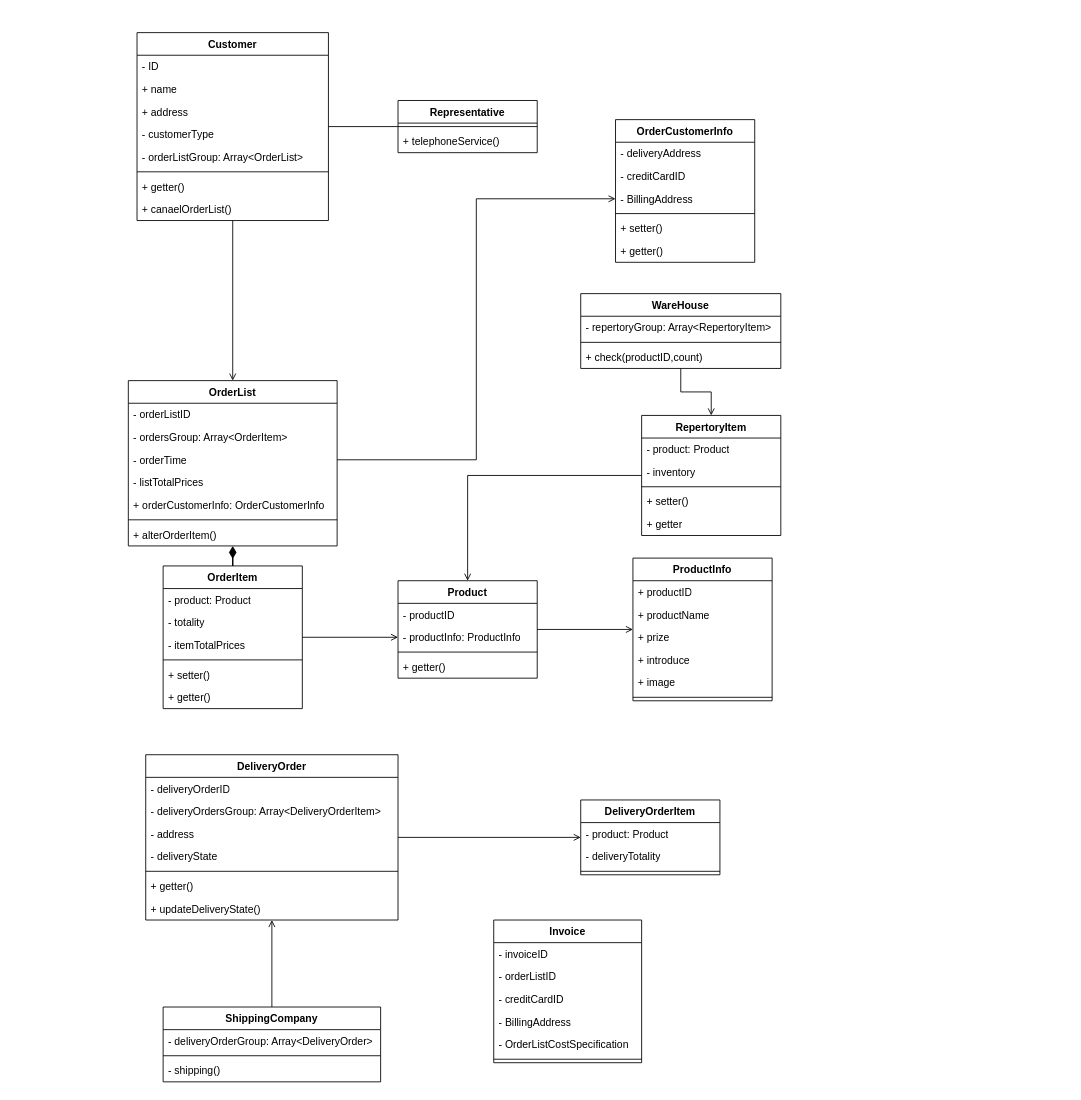
This is orders_Class.drawio from yayaer123/drawio_demo, a draw.io file, before an edit. Source tidied: cells renumbered, new cells numbered last; positions are measured from the earlier drawing's top-left corner, leaving out a move shared by most shapes. Both pictures are drawn from the tidied source at 87%, with x=0, y=0 at pixel (128, 32).
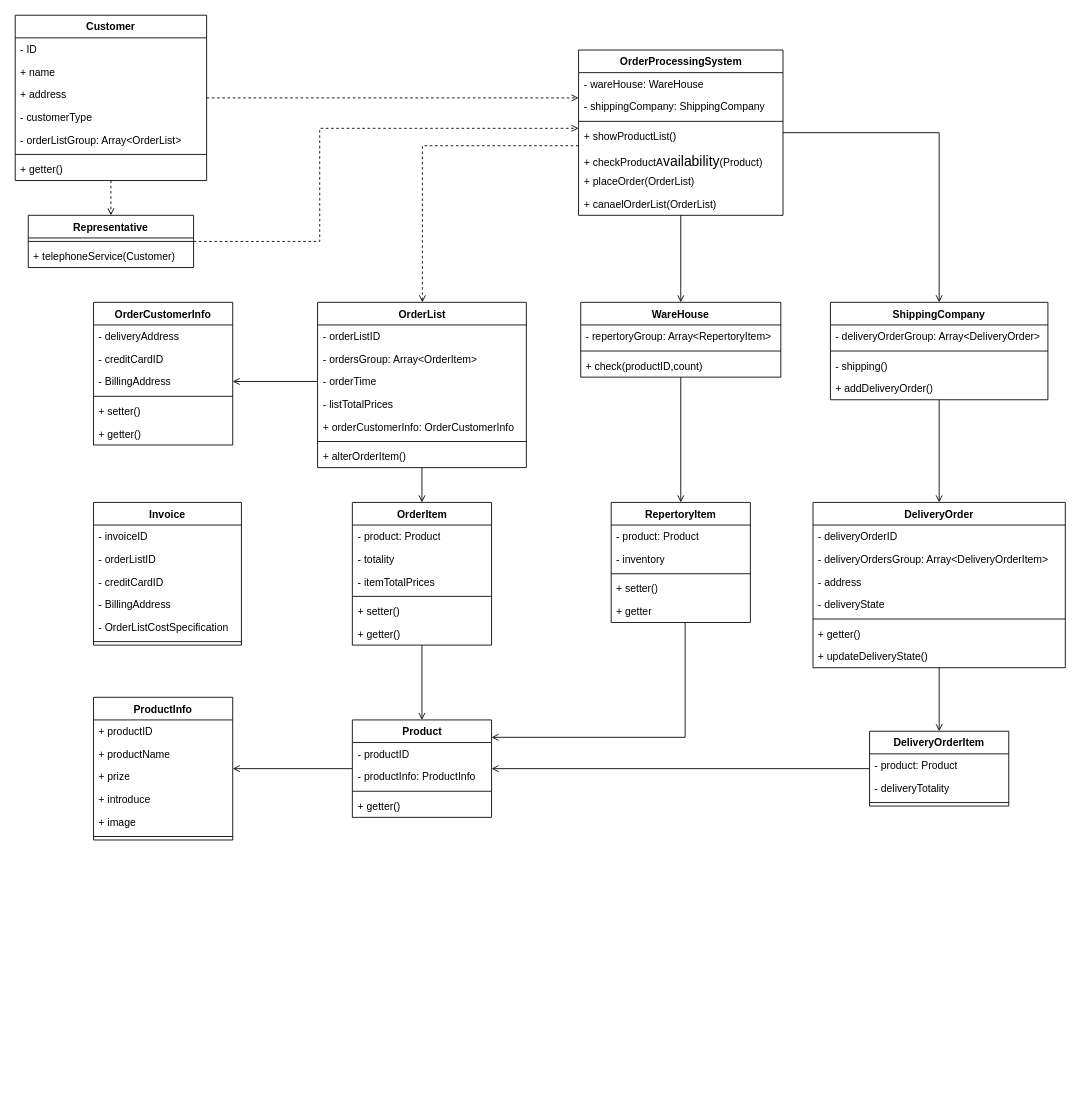
After the change.

The change refers to these unchanged cells:
```xml
<mxCell id="19" value="- productInfo: ProductInfo" style="text;strokeColor=none;fillColor=none;align=left;verticalAlign=top;spacingLeft=4;spacingRight=4;overflow=hidden;points=[[0,0.5],[1,0.5]];portConstraint=eastwest;whiteSpace=wrap;html=1;" parent="17" vertex="1">
  <mxGeometry y="52" width="160" height="26" as="geometry" />
</mxCell>
```

Diff of the diagram source:
```diff
@@
-    <mxCell id="2" style="edgeStyle=orthogonalEdgeStyle;rounded=0;jettySize=auto;html=1;endArrow=open;endFill=0;" parent="1" edge="1" source="4" target="30">
-      <mxGeometry relative="1" as="geometry" />
-    </mxCell>
-    <mxCell id="3" style="edgeStyle=orthogonalEdgeStyle;rounded=0;jettySize=auto;html=1;endArrow=none;endFill=0;" parent="1" edge="1" source="4" target="13">
+    <mxCell id="3" style="edgeStyle=orthogonalEdgeStyle;rounded=0;jettySize=auto;html=1;endArrow=open;endFill=0;dashed=1;" parent="1" edge="1" source="4" target="13">
       <mxGeometry relative="1" as="geometry" />
     </mxCell>
+    <mxCell id="91" style="edgeStyle=orthogonalEdgeStyle;rounded=0;jettySize=auto;html=1;dashed=1;endArrow=open;endFill=0;" parent="1" edge="1" source="4" target="99">
+      <mxGeometry relative="1" as="geometry">
+        <Array as="points">
+          <mxPoint x="320" y="75" />
+          <mxPoint x="320" y="75" />
+        </Array>
+      </mxGeometry>
+    </mxCell>
     <mxCell id="4" value="Customer" style="swimlane;fontStyle=1;align=center;verticalAlign=top;horizontal=1;startSize=26;whiteSpace=wrap;html=1;" parent="1" vertex="1">
-      <mxGeometry x="10" width="220" height="216" as="geometry" />
+      <mxGeometry x="-130" y="-20" width="220" height="190" as="geometry" />
     </mxCell>
@@
-    <mxCell id="12" value="+ canaelOrderList()" style="text;strokeColor=none;fillColor=none;align=left;verticalAlign=top;spacingLeft=4;spacingRight=4;overflow=hidden;whiteSpace=wrap;html=1;" parent="4" vertex="1">
-      <mxGeometry y="190" width="220" height="26" as="geometry" />
-    </mxCell>
+    <mxCell id="92" style="edgeStyle=orthogonalEdgeStyle;rounded=0;jettySize=auto;html=1;dashed=1;endArrow=open;endFill=0;" parent="1" edge="1" source="13" target="99">
+      <mxGeometry relative="1" as="geometry">
+        <Array as="points">
+          <mxPoint x="220" y="240" />
+          <mxPoint x="220" y="110" />
+        </Array>
+      </mxGeometry>
+    </mxCell>
     <mxCell id="13" value="Representative" style="swimlane;fontStyle=1;align=center;verticalAlign=top;horizontal=1;startSize=26;whiteSpace=wrap;html=1;" parent="1" vertex="1">
-      <mxGeometry x="310" y="78" width="160" height="60" as="geometry" />
+      <mxGeometry x="-115" y="210" width="190" height="60" as="geometry" />
     </mxCell>
     <mxCell id="14" style="line;strokeWidth=1;fillColor=none;align=left;verticalAlign=middle;spacingTop=-1;spacingLeft=3;spacingRight=3;labelPosition=right;strokeColor=inherit;" parent="13" vertex="1">
-      <mxGeometry y="26" width="160" height="8" as="geometry" />
+      <mxGeometry y="26" width="190" height="8" as="geometry" />
     </mxCell>
-    <mxCell id="15" value="+ telephoneService()" style="text;strokeColor=none;fillColor=none;align=left;verticalAlign=top;spacingLeft=4;spacingRight=4;overflow=hidden;whiteSpace=wrap;html=1;" parent="13" vertex="1">
-      <mxGeometry y="34" width="160" height="26" as="geometry" />
+    <mxCell id="15" value="+ telephoneService(Customer)" style="text;strokeColor=none;fillColor=none;align=left;verticalAlign=top;spacingLeft=4;spacingRight=4;overflow=hidden;whiteSpace=wrap;html=1;" parent="13" vertex="1">
+      <mxGeometry y="34" width="190" height="26" as="geometry" />
     </mxCell>
@@
     <mxCell id="17" value="Product" style="swimlane;fontStyle=1;align=center;verticalAlign=top;horizontal=1;startSize=26;whiteSpace=wrap;html=1;" parent="1" vertex="1">
-      <mxGeometry x="310" y="630" width="160" height="112" as="geometry" />
+      <mxGeometry x="257.5" y="790" width="160" height="112" as="geometry" />
     </mxCell>
@@
     <mxCell id="22" value="&lt;div style=&quot;text-align: left;&quot;&gt;&lt;span style=&quot;background-color: initial;&quot;&gt;ProductInfo&lt;/span&gt;&lt;/div&gt;" style="swimlane;fontStyle=1;align=center;verticalAlign=top;horizontal=1;startSize=26;whiteSpace=wrap;html=1;" parent="1" vertex="1">
-      <mxGeometry x="580" y="604" width="160" height="164" as="geometry" />
+      <mxGeometry x="-40" y="764" width="160" height="164" as="geometry" />
     </mxCell>
@@
-    <mxCell id="29" style="edgeStyle=orthogonalEdgeStyle;rounded=0;jettySize=auto;html=1;entryX=0.5;entryY=0;entryDx=0;entryDy=0;endArrow=none;endFill=0;startArrow=diamondThin;startFill=1;targetPerimeterSpacing=0;sourcePerimeterSpacing=0;endSize=6;startSize=12;" parent="1" edge="1" source="30" target="39">
+    <mxCell id="29" style="edgeStyle=orthogonalEdgeStyle;rounded=0;jettySize=auto;html=1;entryX=0.5;entryY=0;entryDx=0;entryDy=0;endArrow=open;endFill=0;startArrow=none;startFill=0;targetPerimeterSpacing=0;sourcePerimeterSpacing=0;endSize=6;startSize=12;" parent="1" edge="1" source="30" target="39">
       <mxGeometry relative="1" as="geometry" />
     </mxCell>
     <mxCell id="30" value="OrderList" style="swimlane;fontStyle=1;align=center;verticalAlign=top;horizontal=1;startSize=26;whiteSpace=wrap;html=1;" parent="1" vertex="1">
-      <mxGeometry y="400" width="240" height="190" as="geometry" />
+      <mxGeometry x="217.5" y="310" width="240" height="190" as="geometry" />
     </mxCell>
@@
-    <mxCell id="38" style="edgeStyle=orthogonalEdgeStyle;rounded=0;jettySize=auto;html=1;endArrow=open;endFill=0;" parent="1" edge="1" source="39" target="19">
-      <mxGeometry relative="1" as="geometry" />
-    </mxCell>
+    <mxCell id="93" style="edgeStyle=orthogonalEdgeStyle;rounded=0;jettySize=auto;html=1;endArrow=open;endFill=0;" parent="1" edge="1" source="39" target="17">
+      <mxGeometry relative="1" as="geometry" />
+    </mxCell>
     <mxCell id="39" value="OrderItem" style="swimlane;fontStyle=1;align=center;verticalAlign=top;horizontal=1;startSize=26;whiteSpace=wrap;html=1;" parent="1" vertex="1">
-      <mxGeometry x="40" y="613" width="160" height="164" as="geometry" />
+      <mxGeometry x="257.5" y="540" width="160" height="164" as="geometry" />
     </mxCell>
@@
     <mxCell id="46" value="&lt;span style=&quot;text-align: left;&quot;&gt;OrderCustomerInfo&lt;/span&gt;" style="swimlane;fontStyle=1;align=center;verticalAlign=top;horizontal=1;startSize=26;whiteSpace=wrap;html=1;" parent="1" vertex="1">
-      <mxGeometry x="560" y="100" width="160" height="164" as="geometry" />
+      <mxGeometry x="-40" y="310" width="160" height="164" as="geometry" />
     </mxCell>
@@
     <mxCell id="55" value="WareHouse" style="swimlane;fontStyle=1;align=center;verticalAlign=top;horizontal=1;startSize=26;whiteSpace=wrap;html=1;" parent="1" vertex="1">
-      <mxGeometry x="520" y="300" width="230" height="86" as="geometry" />
+      <mxGeometry x="520" y="310" width="230" height="86" as="geometry" />
     </mxCell>
@@
     <mxCell id="59" style="edgeStyle=orthogonalEdgeStyle;rounded=0;jettySize=auto;html=1;endArrow=open;endFill=0;" parent="1" edge="1" source="60" target="17">
-      <mxGeometry relative="1" as="geometry" />
+      <mxGeometry relative="1" as="geometry">
+        <Array as="points">
+          <mxPoint x="640" y="810" />
+        </Array>
+      </mxGeometry>
     </mxCell>
     <mxCell id="60" value="RepertoryItem" style="swimlane;fontStyle=1;align=center;verticalAlign=top;horizontal=1;startSize=26;whiteSpace=wrap;html=1;" parent="1" vertex="1">
-      <mxGeometry x="590" y="440" width="160" height="138" as="geometry" />
+      <mxGeometry x="555" y="540" width="160" height="138" as="geometry" />
     </mxCell>
@@
     <mxCell id="67" value="DeliveryOrder" style="swimlane;fontStyle=1;align=center;verticalAlign=top;horizontal=1;startSize=26;whiteSpace=wrap;html=1;" parent="1" vertex="1">
-      <mxGeometry x="20" y="830" width="290" height="190" as="geometry" />
+      <mxGeometry x="787" y="540" width="290" height="190" as="geometry" />
     </mxCell>
@@
+    <mxCell id="94" style="edgeStyle=orthogonalEdgeStyle;rounded=0;jettySize=auto;html=1;endArrow=open;endFill=0;" parent="1" edge="1" source="75" target="17">
+      <mxGeometry relative="1" as="geometry" />
+    </mxCell>
     <mxCell id="75" value="DeliveryOrderItem" style="swimlane;fontStyle=1;align=center;verticalAlign=top;horizontal=1;startSize=26;whiteSpace=wrap;html=1;" parent="1" vertex="1">
-      <mxGeometry x="520" y="882" width="160" height="86" as="geometry" />
+      <mxGeometry x="852" y="803" width="160" height="86" as="geometry" />
     </mxCell>
@@
     <mxCell id="79" value="Invoice" style="swimlane;fontStyle=1;align=center;verticalAlign=top;horizontal=1;startSize=26;whiteSpace=wrap;html=1;" parent="1" vertex="1">
-      <mxGeometry x="420" y="1020" width="170" height="164" as="geometry" />
+      <mxGeometry x="-40" y="540" width="170" height="164" as="geometry" />
     </mxCell>
@@
     <mxCell id="87" value="ShippingCompany" style="swimlane;fontStyle=1;align=center;verticalAlign=top;horizontal=1;startSize=26;whiteSpace=wrap;html=1;" parent="1" vertex="1">
-      <mxGeometry x="40" y="1120" width="250" height="86" as="geometry" />
+      <mxGeometry x="807" y="310" width="250" height="112" as="geometry" />
     </mxCell>
@@
+    <mxCell id="95" value="+ addDeliveryOrder()" style="text;strokeColor=none;fillColor=none;align=left;verticalAlign=top;spacingLeft=4;spacingRight=4;overflow=hidden;whiteSpace=wrap;html=1;" parent="87" vertex="1">
+      <mxGeometry y="86" width="250" height="26" as="geometry" />
+    </mxCell>
+    <mxCell id="96" style="edgeStyle=orthogonalEdgeStyle;rounded=0;jettySize=auto;html=1;endArrow=open;endFill=0;dashed=1;" parent="1" edge="1" source="99" target="30">
+      <mxGeometry relative="1" as="geometry">
+        <Array as="points">
+          <mxPoint x="338" y="130" />
+        </Array>
+      </mxGeometry>
+    </mxCell>
+    <mxCell id="97" style="edgeStyle=orthogonalEdgeStyle;rounded=0;jettySize=auto;html=1;endArrow=open;endFill=0;" parent="1" edge="1" source="99" target="55">
+      <mxGeometry relative="1" as="geometry" />
+    </mxCell>
+    <mxCell id="98" style="edgeStyle=orthogonalEdgeStyle;rounded=0;jettySize=auto;html=1;endArrow=open;endFill=0;" parent="1" edge="1" source="99" target="87">
+      <mxGeometry relative="1" as="geometry" />
+    </mxCell>
+    <mxCell id="99" value="OrderProcessingSystem" style="swimlane;fontStyle=1;align=center;verticalAlign=top;horizontal=1;startSize=26;whiteSpace=wrap;html=1;" parent="1" vertex="1">
+      <mxGeometry x="517.5" y="20" width="235" height="190" as="geometry" />
+    </mxCell>
+    <mxCell id="100" value="- wareHouse: WareHouse" style="text;strokeColor=none;fillColor=none;align=left;verticalAlign=top;spacingLeft=4;spacingRight=4;overflow=hidden;whiteSpace=wrap;html=1;" parent="99" vertex="1">
+      <mxGeometry y="26" width="235" height="26" as="geometry" />
+    </mxCell>
+    <mxCell id="101" value="- shippingCompany: ShippingCompany" style="text;strokeColor=none;fillColor=none;align=left;verticalAlign=top;spacingLeft=4;spacingRight=4;overflow=hidden;whiteSpace=wrap;html=1;" parent="99" vertex="1">
+      <mxGeometry y="52" width="235" height="26" as="geometry" />
+    </mxCell>
+    <mxCell id="102" style="line;strokeWidth=1;fillColor=none;align=left;verticalAlign=middle;spacingTop=-1;spacingLeft=3;spacingRight=3;labelPosition=right;strokeColor=inherit;" parent="99" vertex="1">
+      <mxGeometry y="78" width="235" height="8" as="geometry" />
+    </mxCell>
+    <mxCell id="103" value="+ showProductList()" style="text;strokeColor=none;fillColor=none;align=left;verticalAlign=top;spacingLeft=4;spacingRight=4;overflow=hidden;whiteSpace=wrap;html=1;" parent="99" vertex="1">
+      <mxGeometry y="86" width="235" height="26" as="geometry" />
+    </mxCell>
+    <mxCell id="104" value="+ checkProductA&lt;span style=&quot;font-family: Calibri; font-size: 12pt; background-color: initial;&quot;&gt;vailability&lt;/span&gt;&lt;span style=&quot;background-color: initial;&quot;&gt;(Product)&lt;/span&gt;" style="text;strokeColor=none;fillColor=none;align=left;verticalAlign=top;spacingLeft=4;spacingRight=4;overflow=hidden;whiteSpace=wrap;html=1;" parent="99" vertex="1">
+      <mxGeometry y="112" width="235" height="26" as="geometry" />
+    </mxCell>
+    <mxCell id="105" value="+ placeOrder(OrderList)" style="text;strokeColor=none;fillColor=none;align=left;verticalAlign=top;spacingLeft=4;spacingRight=4;overflow=hidden;whiteSpace=wrap;html=1;" parent="99" vertex="1">
+      <mxGeometry y="138" width="235" height="26" as="geometry" />
+    </mxCell>
+    <mxCell id="12" value="+ canaelOrderList(OrderList)" style="text;strokeColor=none;fillColor=none;align=left;verticalAlign=top;spacingLeft=4;spacingRight=4;overflow=hidden;whiteSpace=wrap;html=1;" parent="99" vertex="1">
+      <mxGeometry y="164" width="235" height="26" as="geometry" />
+    </mxCell>
```
